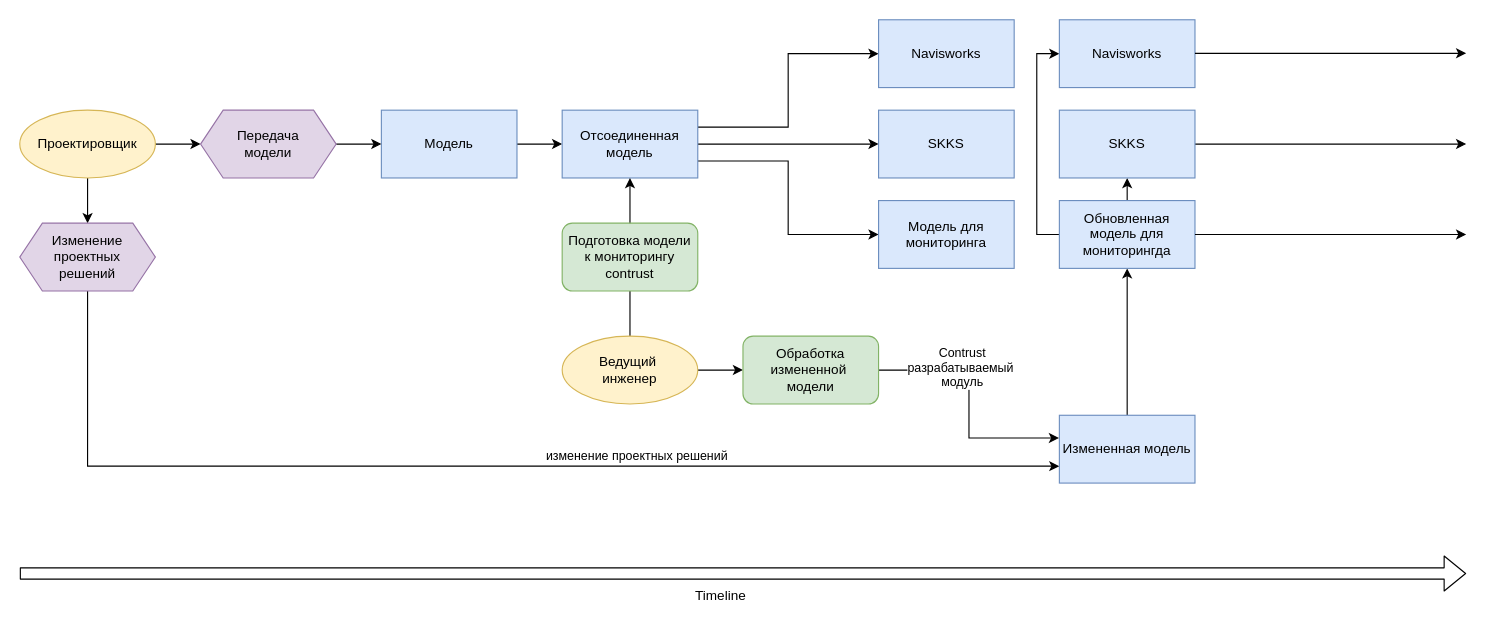
This is Untitled Diagram.drawio from dnkngh/-, a draw.io file, before an edit. Source tidied: cells renumbered, new cells numbered last; positions are measured from the earlier drawing's top-left corner, leaving out a move shared by most shapes. Both pictures are drawn from the tidied source at 113%, with x=0, y=0 at pixel (19, 19).
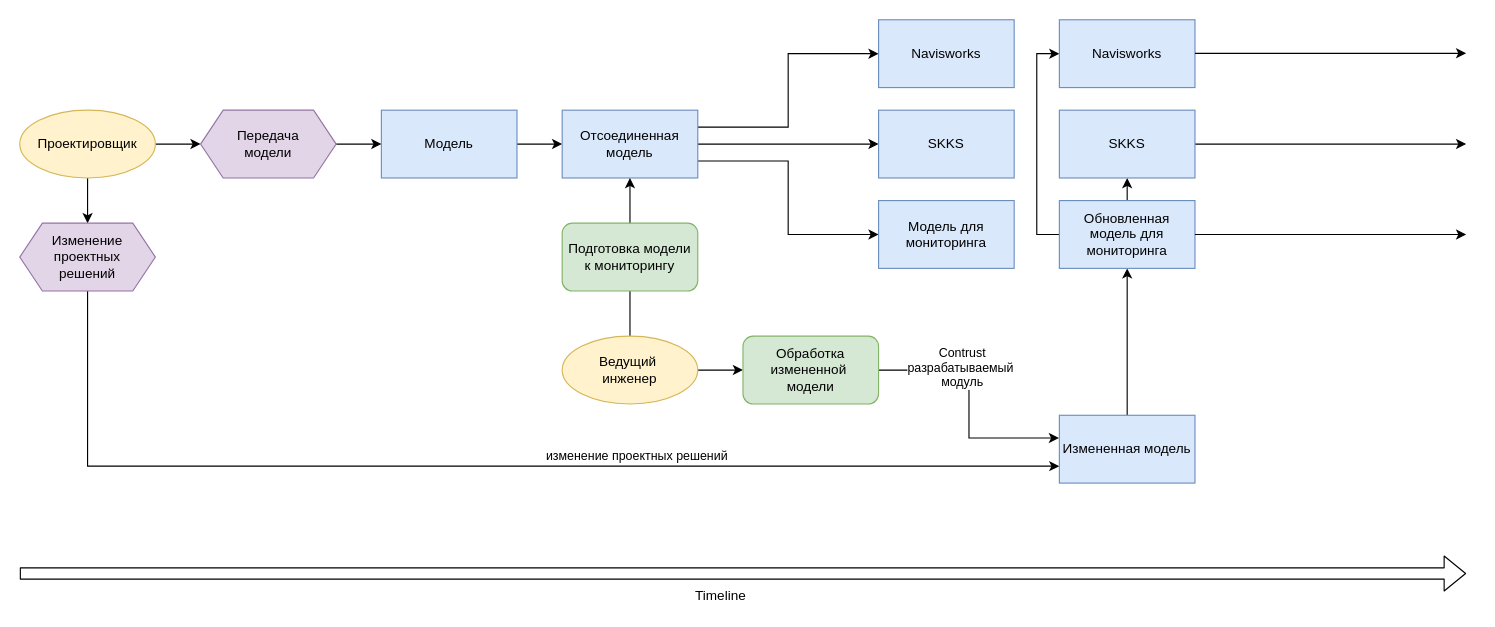
Above is the later version.

What changed in the source:
```diff
@@
-    <mxCell id="19" value="Обновленная модель для мониторингда" style="rounded=0;whiteSpace=wrap;html=1;shadow=0;glass=0;sketch=0;imageWidth=24;imageHeight=24;fillColor=#dae8fc;strokeColor=#6c8ebf;" parent="1" vertex="1">
+    <mxCell id="19" value="Обновленная модель для мониторинга" style="rounded=0;whiteSpace=wrap;html=1;shadow=0;glass=0;sketch=0;imageWidth=24;imageHeight=24;fillColor=#dae8fc;strokeColor=#6c8ebf;" parent="1" vertex="1">
       <mxGeometry x="920" y="160" width="120" height="60" as="geometry" />
     </mxCell>
@@
-    <mxCell id="30" value="Подготовка модели&lt;br&gt;к мониторингу&lt;br&gt;contrust" style="rounded=1;whiteSpace=wrap;html=1;shadow=0;glass=0;sketch=0;fillColor=#d5e8d4;strokeColor=#82b366;" parent="1" vertex="1">
+    <mxCell id="30" value="Подготовка модели&lt;br&gt;к мониторингу" style="rounded=1;whiteSpace=wrap;html=1;shadow=0;glass=0;sketch=0;fillColor=#d5e8d4;strokeColor=#82b366;" parent="1" vertex="1">
       <mxGeometry x="480" y="180" width="120" height="60" as="geometry" />
     </mxCell>
```
